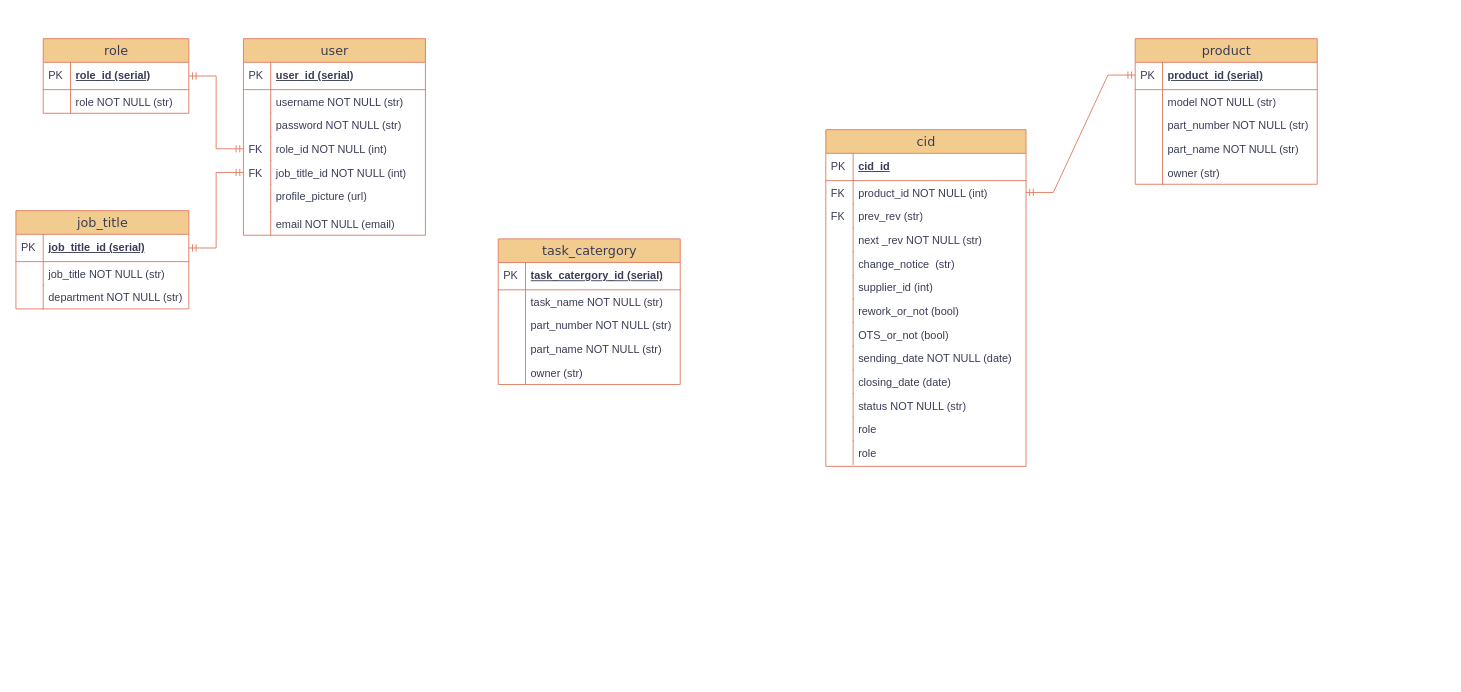
Above: Untitled Diagram.drawio in HieuBuiCong/ResumeHieuBC (draw.io), before the change. Source tidied: cells renumbered, new cells numbered last; positions are measured from the earlier drawing's top-left corner, leaving out a move shared by most shapes. Both pictures are drawn from the tidied source at 91%, with x=0, y=0 at pixel (15, 38).
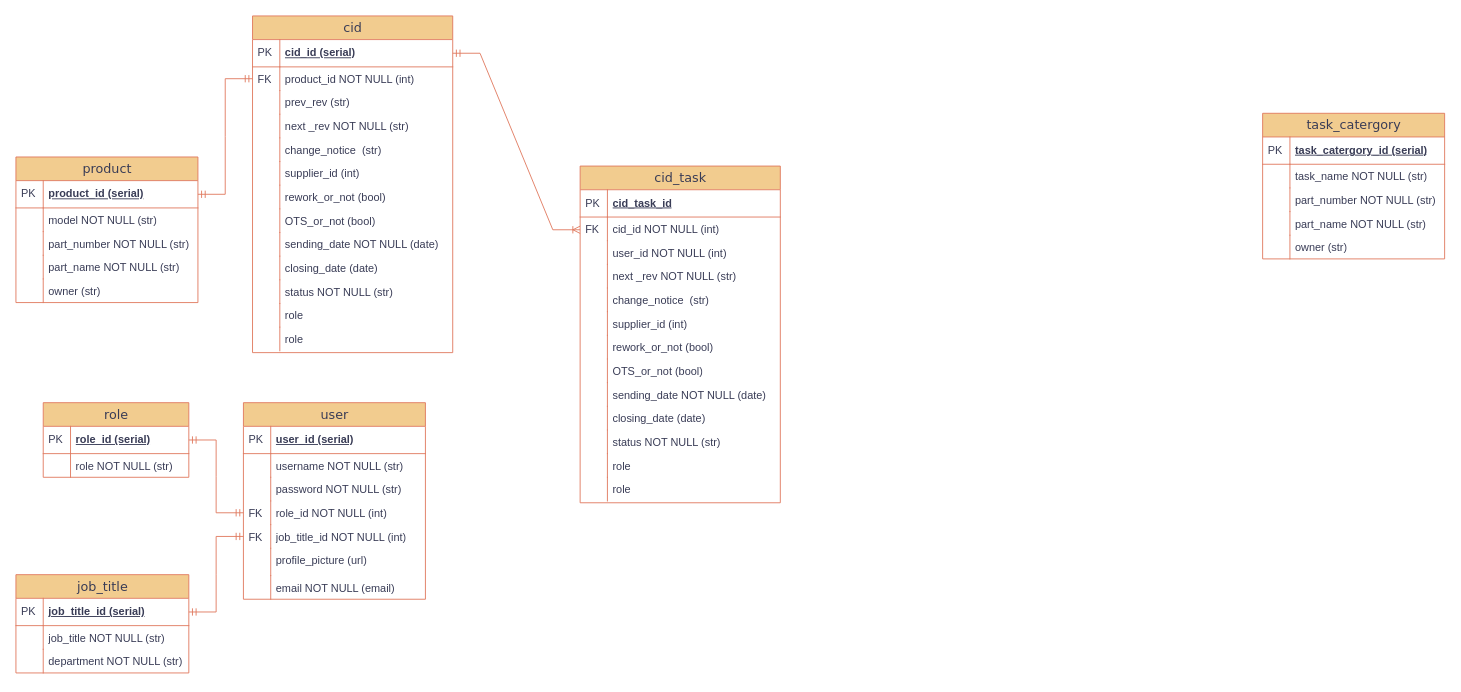
Above is the later version.

The change refers to these unchanged cells:
```xml
<mxCell id="9" value="role_id NOT NULL (int)" style="shape=partialRectangle;top=0;left=0;right=0;bottom=0;html=1;align=left;verticalAlign=top;fillColor=none;spacingLeft=34;spacingRight=4;whiteSpace=wrap;overflow=hidden;points=[[0,0.5],[1,0.5]];portConstraint=eastwest;labelBackgroundColor=none;strokeColor=#E07A5F;fontColor=#393C56;" parent="2" vertex="1">
  <mxGeometry y="108" width="200" height="26" as="geometry" />
</mxCell>
<mxCell id="11" value="job_title_id NOT NULL (int)&lt;br&gt;&lt;div&gt;&lt;br&gt;&lt;/div&gt;" style="shape=partialRectangle;top=0;left=0;right=0;bottom=0;html=1;align=left;verticalAlign=top;fillColor=none;spacingLeft=34;spacingRight=4;whiteSpace=wrap;overflow=hidden;points=[[0,0.5],[1,0.5]];portConstraint=eastwest;labelBackgroundColor=none;strokeColor=#E07A5F;fontColor=#393C56;" parent="2" vertex="1">
  <mxGeometry y="134" width="200" height="26" as="geometry" />
</mxCell>
<mxCell id="20" value="product_id NOT NULL (int)" style="shape=partialRectangle;top=0;left=0;right=0;bottom=0;html=1;align=left;verticalAlign=top;fillColor=none;spacingLeft=34;spacingRight=4;whiteSpace=wrap;overflow=hidden;points=[[0,0.5],[1,0.5]];portConstraint=eastwest;labelBackgroundColor=none;strokeColor=#E07A5F;fontColor=#393C56;" parent="17" vertex="1">
  <mxGeometry y="56" width="220" height="26" as="geometry" />
</mxCell>
<mxCell id="22" value="prev_rev (str)" style="shape=partialRectangle;top=0;left=0;right=0;bottom=0;html=1;align=left;verticalAlign=top;fillColor=none;spacingLeft=34;spacingRight=4;whiteSpace=wrap;overflow=hidden;labelBackgroundColor=none;strokeColor=#E07A5F;fontColor=#393C56;" parent="17" vertex="1">
  <mxGeometry y="82" width="220" height="26" as="geometry" />
</mxCell>
<mxCell id="45" value="job_title_id (serial)" style="shape=partialRectangle;top=0;left=0;right=0;bottom=1;html=1;align=left;verticalAlign=middle;fillColor=none;spacingLeft=34;spacingRight=4;whiteSpace=wrap;overflow=hidden;points=[[0,0.5],[1,0.5]];portConstraint=eastwest;fontStyle=5;labelBackgroundColor=none;strokeColor=#E07A5F;fontColor=#393C56;" parent="44" vertex="1">
  <mxGeometry y="26" width="190" height="30" as="geometry" />
</mxCell>
<mxCell id="53" value="role_id (serial)" style="shape=partialRectangle;top=0;left=0;right=0;bottom=1;html=1;align=left;verticalAlign=middle;fillColor=none;spacingLeft=34;spacingRight=4;whiteSpace=wrap;overflow=hidden;points=[[0,0.5],[1,0.5]];portConstraint=eastwest;fontStyle=5;labelBackgroundColor=none;strokeColor=#E07A5F;fontColor=#393C56;" parent="52" vertex="1">
  <mxGeometry y="26" width="160" height="30" as="geometry" />
</mxCell>
<mxCell id="59" value="product_id (serial)" style="shape=partialRectangle;top=0;left=0;right=0;bottom=1;html=1;align=left;verticalAlign=middle;fillColor=none;spacingLeft=34;spacingRight=4;whiteSpace=wrap;overflow=hidden;points=[[0,0.5],[1,0.5]];portConstraint=eastwest;fontStyle=5;strokeColor=#E07A5F;labelBackgroundColor=none;fontColor=#393C56;" parent="58" vertex="1">
  <mxGeometry y="26" width="200" height="30" as="geometry" />
</mxCell>
```

The edit, as a diff of the source:
```diff
@@
     <mxCell id="2" value="user" style="swimlane;html=1;fontStyle=0;horizontal=1;startSize=26;fillColor=#F2CC8F;swimlaneFillColor=#ffffff;align=center;rounded=0;shadow=0;comic=0;labelBackgroundColor=none;strokeWidth=1;fontFamily=Verdana;fontSize=14;strokeColor=#E07A5F;fontColor=#393C56;" parent="1" vertex="1">
-      <mxGeometry x="250" width="200" height="216" as="geometry" />
+      <mxGeometry x="250" y="400" width="200" height="216" as="geometry" />
     </mxCell>
@@
     <mxCell id="17" value="cid" style="swimlane;html=1;fontStyle=0;horizontal=1;startSize=26;fillColor=#F2CC8F;swimlaneFillColor=#ffffff;align=center;rounded=0;shadow=0;comic=0;labelBackgroundColor=none;strokeWidth=1;fontFamily=Verdana;fontSize=14;strokeColor=#E07A5F;fontColor=#393C56;" parent="1" vertex="1">
-      <mxGeometry x="890" y="100" width="220" height="370" as="geometry" />
+      <mxGeometry x="260" y="-25" width="220" height="370" as="geometry" />
     </mxCell>
-    <mxCell id="18" value="cid_id" style="shape=partialRectangle;top=0;left=0;right=0;bottom=1;html=1;align=left;verticalAlign=middle;fillColor=none;spacingLeft=34;spacingRight=4;whiteSpace=wrap;overflow=hidden;points=[[0,0.5],[1,0.5]];portConstraint=eastwest;fontStyle=5;labelBackgroundColor=none;strokeColor=#E07A5F;fontColor=#393C56;" parent="17" vertex="1">
+    <mxCell id="18" value="cid_id (serial)" style="shape=partialRectangle;top=0;left=0;right=0;bottom=1;html=1;align=left;verticalAlign=middle;fillColor=none;spacingLeft=34;spacingRight=4;whiteSpace=wrap;overflow=hidden;points=[[0,0.5],[1,0.5]];portConstraint=eastwest;fontStyle=5;labelBackgroundColor=none;strokeColor=#E07A5F;fontColor=#393C56;" parent="17" vertex="1">
       <mxGeometry y="26" width="220" height="30" as="geometry" />
     </mxCell>
@@
-    <mxCell id="23" value="FK" style="shape=partialRectangle;top=0;left=0;bottom=0;html=1;fillColor=none;align=left;verticalAlign=top;spacingLeft=4;spacingRight=4;whiteSpace=wrap;overflow=hidden;labelBackgroundColor=none;strokeColor=#E07A5F;fontColor=#393C56;" parent="22" vertex="1">
+    <mxCell id="23" style="shape=partialRectangle;top=0;left=0;bottom=0;html=1;fillColor=none;align=left;verticalAlign=top;spacingLeft=4;spacingRight=4;whiteSpace=wrap;overflow=hidden;labelBackgroundColor=none;strokeColor=#E07A5F;fontColor=#393C56;" parent="22" vertex="1">
       <mxGeometry width="30" height="26" as="geometry" />
     </mxCell>
@@
     <mxCell id="44" value="job_title" style="swimlane;html=1;fontStyle=0;horizontal=1;startSize=26;fillColor=#F2CC8F;swimlaneFillColor=#ffffff;align=center;rounded=0;shadow=0;comic=0;labelBackgroundColor=none;strokeWidth=1;fontFamily=Verdana;fontSize=14;strokeColor=#E07A5F;fontColor=#393C56;" parent="1" vertex="1">
-      <mxGeometry y="189" width="190" height="108" as="geometry" />
+      <mxGeometry y="589" width="190" height="108" as="geometry" />
     </mxCell>
@@
     <mxCell id="51" style="edgeStyle=entityRelationEdgeStyle;fontSize=12;html=1;endArrow=ERmandOne;startArrow=ERmandOne;rounded=0;entryX=0;entryY=0.5;entryDx=0;entryDy=0;exitX=1;exitY=0.5;exitDx=0;exitDy=0;labelBackgroundColor=none;strokeColor=#E07A5F;fontColor=default;" parent="1" edge="1" source="45" target="11">
       <mxGeometry relative="1" as="geometry">
         <Array as="points">
-          <mxPoint x="242" y="143" />
+          <mxPoint x="242" y="543" />
         </Array>
       </mxGeometry>
     </mxCell>
     <mxCell id="52" value="role" style="swimlane;html=1;fontStyle=0;horizontal=1;startSize=26;fillColor=#F2CC8F;swimlaneFillColor=#ffffff;align=center;rounded=0;shadow=0;comic=0;labelBackgroundColor=none;strokeWidth=1;fontFamily=Verdana;fontSize=14;strokeColor=#E07A5F;fontColor=#393C56;" parent="1" vertex="1">
-      <mxGeometry x="30" width="160" height="82" as="geometry" />
+      <mxGeometry x="30" y="400" width="160" height="82" as="geometry" />
     </mxCell>
@@
     <mxCell id="57" style="edgeStyle=entityRelationEdgeStyle;fontSize=12;html=1;endArrow=ERmandOne;startArrow=ERmandOne;rounded=0;entryX=0;entryY=0.5;entryDx=0;entryDy=0;exitX=1;exitY=0.5;exitDx=0;exitDy=0;labelBackgroundColor=none;strokeColor=#E07A5F;fontColor=default;" parent="1" edge="1" source="53" target="9">
       <mxGeometry relative="1" as="geometry">
         <Array as="points">
-          <mxPoint x="252" y="153" />
+          <mxPoint x="252" y="553" />
         </Array>
       </mxGeometry>
     </mxCell>
     <mxCell id="58" value="product" style="swimlane;html=1;fontStyle=0;horizontal=1;startSize=26;fillColor=#F2CC8F;swimlaneFillColor=#ffffff;align=center;rounded=0;shadow=0;comic=0;labelBackgroundColor=none;strokeWidth=1;fontFamily=Verdana;fontSize=14;strokeColor=#E07A5F;fontColor=#393C56;" parent="1" vertex="1">
-      <mxGeometry x="1230" width="200" height="160" as="geometry" />
+      <mxGeometry y="130" width="200" height="160" as="geometry" />
     </mxCell>
@@
     <mxCell id="69" value="task_catergory" style="swimlane;html=1;fontStyle=0;horizontal=1;startSize=26;fillColor=#F2CC8F;swimlaneFillColor=#ffffff;align=center;rounded=0;shadow=0;comic=0;labelBackgroundColor=none;strokeWidth=1;fontFamily=Verdana;fontSize=14;strokeColor=#E07A5F;fontColor=#393C56;" parent="1" vertex="1">
-      <mxGeometry x="530" y="220" width="200" height="160" as="geometry" />
+      <mxGeometry x="1370" y="82" width="200" height="160" as="geometry" />
     </mxCell>
@@
-    <mxCell id="80" style="edgeStyle=entityRelationEdgeStyle;fontSize=12;html=1;endArrow=ERmandOne;startArrow=ERmandOne;rounded=0;entryX=0;entryY=0.5;entryDx=0;entryDy=0;exitX=1;exitY=0.5;exitDx=0;exitDy=0;labelBackgroundColor=none;strokeColor=#E07A5F;fontColor=default;" parent="1" edge="1" source="20">
-      <mxGeometry relative="1" as="geometry">
-        <mxPoint x="1230" y="40" as="targetPoint" />
-        <Array as="points">
-          <mxPoint x="1232" y="72" />
-        </Array>
-      </mxGeometry>
-    </mxCell>
+    <mxCell id="81" value="cid_task" style="swimlane;html=1;fontStyle=0;horizontal=1;startSize=26;fillColor=#F2CC8F;swimlaneFillColor=#ffffff;align=center;rounded=0;shadow=0;comic=0;labelBackgroundColor=none;strokeWidth=1;fontFamily=Verdana;fontSize=14;strokeColor=#E07A5F;fontColor=#393C56;" parent="1" vertex="1">
+      <mxGeometry x="620" y="140" width="220" height="370" as="geometry" />
+    </mxCell>
+    <mxCell id="82" value="cid_task_id" style="shape=partialRectangle;top=0;left=0;right=0;bottom=1;html=1;align=left;verticalAlign=middle;fillColor=none;spacingLeft=34;spacingRight=4;whiteSpace=wrap;overflow=hidden;fontStyle=5;labelBackgroundColor=none;strokeColor=#E07A5F;fontColor=#393C56;" parent="81" vertex="1">
+      <mxGeometry y="26" width="220" height="30" as="geometry" />
+    </mxCell>
+    <mxCell id="83" value="PK" style="shape=partialRectangle;top=0;left=0;bottom=0;html=1;fillColor=none;align=left;verticalAlign=middle;spacingLeft=4;spacingRight=4;whiteSpace=wrap;overflow=hidden;labelBackgroundColor=none;strokeColor=#E07A5F;fontColor=#393C56;" parent="82" vertex="1">
+      <mxGeometry width="30" height="30" as="geometry" />
+    </mxCell>
+    <mxCell id="84" value="cid_id NOT NULL (int)" style="shape=partialRectangle;top=0;left=0;right=0;bottom=0;html=1;align=left;verticalAlign=top;fillColor=none;spacingLeft=34;spacingRight=4;whiteSpace=wrap;overflow=hidden;labelBackgroundColor=none;strokeColor=#E07A5F;fontColor=#393C56;" parent="81" vertex="1">
+      <mxGeometry y="56" width="220" height="26" as="geometry" />
+    </mxCell>
+    <mxCell id="85" value="FK" style="shape=partialRectangle;top=0;left=0;bottom=0;html=1;fillColor=none;align=left;verticalAlign=top;spacingLeft=4;spacingRight=4;whiteSpace=wrap;overflow=hidden;labelBackgroundColor=none;strokeColor=#E07A5F;fontColor=#393C56;" parent="84" vertex="1">
+      <mxGeometry width="30" height="26" as="geometry" />
+    </mxCell>
+    <mxCell id="86" value="user_id NOT NULL (int)" style="shape=partialRectangle;top=0;left=0;right=0;bottom=0;html=1;align=left;verticalAlign=top;fillColor=none;spacingLeft=34;spacingRight=4;whiteSpace=wrap;overflow=hidden;labelBackgroundColor=none;strokeColor=#E07A5F;fontColor=#393C56;" parent="81" vertex="1">
+      <mxGeometry y="82" width="220" height="26" as="geometry" />
+    </mxCell>
+    <mxCell id="87" style="shape=partialRectangle;top=0;left=0;bottom=0;html=1;fillColor=none;align=left;verticalAlign=top;spacingLeft=4;spacingRight=4;whiteSpace=wrap;overflow=hidden;labelBackgroundColor=none;strokeColor=#E07A5F;fontColor=#393C56;" parent="86" vertex="1">
+      <mxGeometry width="30" height="26" as="geometry" />
+    </mxCell>
+    <mxCell id="88" value="next _rev NOT NULL (str)" style="shape=partialRectangle;top=0;left=0;right=0;bottom=0;html=1;align=left;verticalAlign=top;fillColor=none;spacingLeft=34;spacingRight=4;whiteSpace=wrap;overflow=hidden;labelBackgroundColor=none;strokeColor=#E07A5F;fontColor=#393C56;" parent="81" vertex="1">
+      <mxGeometry y="108" width="220" height="26" as="geometry" />
+    </mxCell>
+    <mxCell id="89" style="shape=partialRectangle;top=0;left=0;bottom=0;html=1;fillColor=none;align=left;verticalAlign=top;spacingLeft=4;spacingRight=4;whiteSpace=wrap;overflow=hidden;labelBackgroundColor=none;strokeColor=#E07A5F;fontColor=#393C56;" parent="88" vertex="1">
+      <mxGeometry width="30" height="26" as="geometry" />
+    </mxCell>
+    <mxCell id="90" value="change_notice&amp;nbsp; (str)" style="shape=partialRectangle;top=0;left=0;right=0;bottom=0;html=1;align=left;verticalAlign=top;fillColor=none;spacingLeft=34;spacingRight=4;whiteSpace=wrap;overflow=hidden;labelBackgroundColor=none;strokeColor=#E07A5F;fontColor=#393C56;" parent="81" vertex="1">
+      <mxGeometry y="134" width="220" height="26" as="geometry" />
+    </mxCell>
+    <mxCell id="91" style="shape=partialRectangle;top=0;left=0;bottom=0;html=1;fillColor=none;align=left;verticalAlign=top;spacingLeft=4;spacingRight=4;whiteSpace=wrap;overflow=hidden;labelBackgroundColor=none;strokeColor=#E07A5F;fontColor=#393C56;" parent="90" vertex="1">
+      <mxGeometry width="30" height="26" as="geometry" />
+    </mxCell>
+    <mxCell id="92" value="supplier_id (int)" style="shape=partialRectangle;top=0;left=0;right=0;bottom=0;html=1;align=left;verticalAlign=top;fillColor=none;spacingLeft=34;spacingRight=4;whiteSpace=wrap;overflow=hidden;labelBackgroundColor=none;strokeColor=#E07A5F;fontColor=#393C56;" parent="81" vertex="1">
+      <mxGeometry y="160" width="220" height="26" as="geometry" />
+    </mxCell>
+    <mxCell id="93" style="shape=partialRectangle;top=0;left=0;bottom=0;html=1;fillColor=none;align=left;verticalAlign=top;spacingLeft=4;spacingRight=4;whiteSpace=wrap;overflow=hidden;labelBackgroundColor=none;strokeColor=#E07A5F;fontColor=#393C56;" parent="92" vertex="1">
+      <mxGeometry width="30" height="26" as="geometry" />
+    </mxCell>
+    <mxCell id="94" value="rework_or_not (bool)" style="shape=partialRectangle;top=0;left=0;right=0;bottom=0;html=1;align=left;verticalAlign=top;fillColor=none;spacingLeft=34;spacingRight=4;whiteSpace=wrap;overflow=hidden;labelBackgroundColor=none;strokeColor=#E07A5F;fontColor=#393C56;" parent="81" vertex="1">
+      <mxGeometry y="186" width="220" height="26" as="geometry" />
+    </mxCell>
+    <mxCell id="95" style="shape=partialRectangle;top=0;left=0;bottom=0;html=1;fillColor=none;align=left;verticalAlign=top;spacingLeft=4;spacingRight=4;whiteSpace=wrap;overflow=hidden;labelBackgroundColor=none;strokeColor=#E07A5F;fontColor=#393C56;" parent="94" vertex="1">
+      <mxGeometry width="30" height="26" as="geometry" />
+    </mxCell>
+    <mxCell id="96" value="OTS_or_not (bool)" style="shape=partialRectangle;top=0;left=0;right=0;bottom=0;html=1;align=left;verticalAlign=top;fillColor=none;spacingLeft=34;spacingRight=4;whiteSpace=wrap;overflow=hidden;labelBackgroundColor=none;strokeColor=#E07A5F;fontColor=#393C56;" parent="81" vertex="1">
+      <mxGeometry y="212" width="220" height="26" as="geometry" />
+    </mxCell>
+    <mxCell id="97" style="shape=partialRectangle;top=0;left=0;bottom=0;html=1;fillColor=none;align=left;verticalAlign=top;spacingLeft=4;spacingRight=4;whiteSpace=wrap;overflow=hidden;labelBackgroundColor=none;strokeColor=#E07A5F;fontColor=#393C56;" parent="96" vertex="1">
+      <mxGeometry width="30" height="26" as="geometry" />
+    </mxCell>
+    <mxCell id="98" value="sending_date NOT NULL (date)" style="shape=partialRectangle;top=0;left=0;right=0;bottom=0;html=1;align=left;verticalAlign=top;fillColor=none;spacingLeft=34;spacingRight=4;whiteSpace=wrap;overflow=hidden;labelBackgroundColor=none;strokeColor=#E07A5F;fontColor=#393C56;" parent="81" vertex="1">
+      <mxGeometry y="238" width="220" height="26" as="geometry" />
+    </mxCell>
+    <mxCell id="99" style="shape=partialRectangle;top=0;left=0;bottom=0;html=1;fillColor=none;align=left;verticalAlign=top;spacingLeft=4;spacingRight=4;whiteSpace=wrap;overflow=hidden;labelBackgroundColor=none;strokeColor=#E07A5F;fontColor=#393C56;" parent="98" vertex="1">
+      <mxGeometry width="30" height="26" as="geometry" />
+    </mxCell>
+    <mxCell id="100" value="closing_date (date)" style="shape=partialRectangle;top=0;left=0;right=0;bottom=0;html=1;align=left;verticalAlign=top;fillColor=none;spacingLeft=34;spacingRight=4;whiteSpace=wrap;overflow=hidden;labelBackgroundColor=none;strokeColor=#E07A5F;fontColor=#393C56;" parent="81" vertex="1">
+      <mxGeometry y="264" width="220" height="26" as="geometry" />
+    </mxCell>
+    <mxCell id="101" style="shape=partialRectangle;top=0;left=0;bottom=0;html=1;fillColor=none;align=left;verticalAlign=top;spacingLeft=4;spacingRight=4;whiteSpace=wrap;overflow=hidden;labelBackgroundColor=none;strokeColor=#E07A5F;fontColor=#393C56;" parent="100" vertex="1">
+      <mxGeometry width="30" height="26" as="geometry" />
+    </mxCell>
+    <mxCell id="102" value="status NOT NULL (str)" style="shape=partialRectangle;top=0;left=0;right=0;bottom=0;html=1;align=left;verticalAlign=top;fillColor=none;spacingLeft=34;spacingRight=4;whiteSpace=wrap;overflow=hidden;labelBackgroundColor=none;strokeColor=#E07A5F;fontColor=#393C56;" parent="81" vertex="1">
+      <mxGeometry y="290" width="220" height="26" as="geometry" />
+    </mxCell>
+    <mxCell id="103" style="shape=partialRectangle;top=0;left=0;bottom=0;html=1;fillColor=none;align=left;verticalAlign=top;spacingLeft=4;spacingRight=4;whiteSpace=wrap;overflow=hidden;labelBackgroundColor=none;strokeColor=#E07A5F;fontColor=#393C56;" parent="102" vertex="1">
+      <mxGeometry width="30" height="26" as="geometry" />
+    </mxCell>
+    <mxCell id="104" value="role" style="shape=partialRectangle;top=0;left=0;right=0;bottom=0;html=1;align=left;verticalAlign=top;fillColor=none;spacingLeft=34;spacingRight=4;whiteSpace=wrap;overflow=hidden;labelBackgroundColor=none;strokeColor=#E07A5F;fontColor=#393C56;" parent="81" vertex="1">
+      <mxGeometry y="316" width="220" height="26" as="geometry" />
+    </mxCell>
+    <mxCell id="105" style="shape=partialRectangle;top=0;left=0;bottom=0;html=1;fillColor=none;align=left;verticalAlign=top;spacingLeft=4;spacingRight=4;whiteSpace=wrap;overflow=hidden;labelBackgroundColor=none;strokeColor=#E07A5F;fontColor=#393C56;" parent="104" vertex="1">
+      <mxGeometry width="30" height="26" as="geometry" />
+    </mxCell>
+    <mxCell id="106" value="role" style="shape=partialRectangle;top=0;left=0;right=0;bottom=0;html=1;align=left;verticalAlign=top;fillColor=none;spacingLeft=34;spacingRight=4;whiteSpace=wrap;overflow=hidden;labelBackgroundColor=none;strokeColor=#E07A5F;fontColor=#393C56;" parent="81" vertex="1">
+      <mxGeometry y="342" width="220" height="26" as="geometry" />
+    </mxCell>
+    <mxCell id="107" style="shape=partialRectangle;top=0;left=0;bottom=0;html=1;fillColor=none;align=left;verticalAlign=top;spacingLeft=4;spacingRight=4;whiteSpace=wrap;overflow=hidden;labelBackgroundColor=none;strokeColor=#E07A5F;fontColor=#393C56;" parent="106" vertex="1">
+      <mxGeometry width="30" height="26" as="geometry" />
+    </mxCell>
+    <mxCell id="108" style="edgeStyle=entityRelationEdgeStyle;fontSize=12;html=1;endArrow=ERmandOne;startArrow=ERmandOne;rounded=0;entryX=0;entryY=0.5;entryDx=0;entryDy=0;exitX=1;exitY=0.5;exitDx=0;exitDy=0;labelBackgroundColor=none;strokeColor=#E07A5F;fontColor=default;" parent="1" edge="1" source="59" target="20">
+      <mxGeometry relative="1" as="geometry">
+        <Array as="points">
+          <mxPoint x="292" y="122" />
+          <mxPoint x="260" y="19" />
+        </Array>
+      </mxGeometry>
+    </mxCell>
+    <mxCell id="109" style="edgeStyle=entityRelationEdgeStyle;fontSize=12;html=1;endArrow=ERoneToMany;startArrow=ERmandOne;rounded=0;strokeColor=#E07A5F;fontColor=#393C56;fillColor=#F2CC8F;exitX=1;exitY=0.5;exitDx=0;exitDy=0;" parent="1" edge="1" source="18">
+      <mxGeometry relative="1" as="geometry">
+        <mxPoint x="620" y="210" as="targetPoint" />
+        <Array as="points">
+          <mxPoint x="490" y="140" />
+        </Array>
+      </mxGeometry>
+    </mxCell>
```
